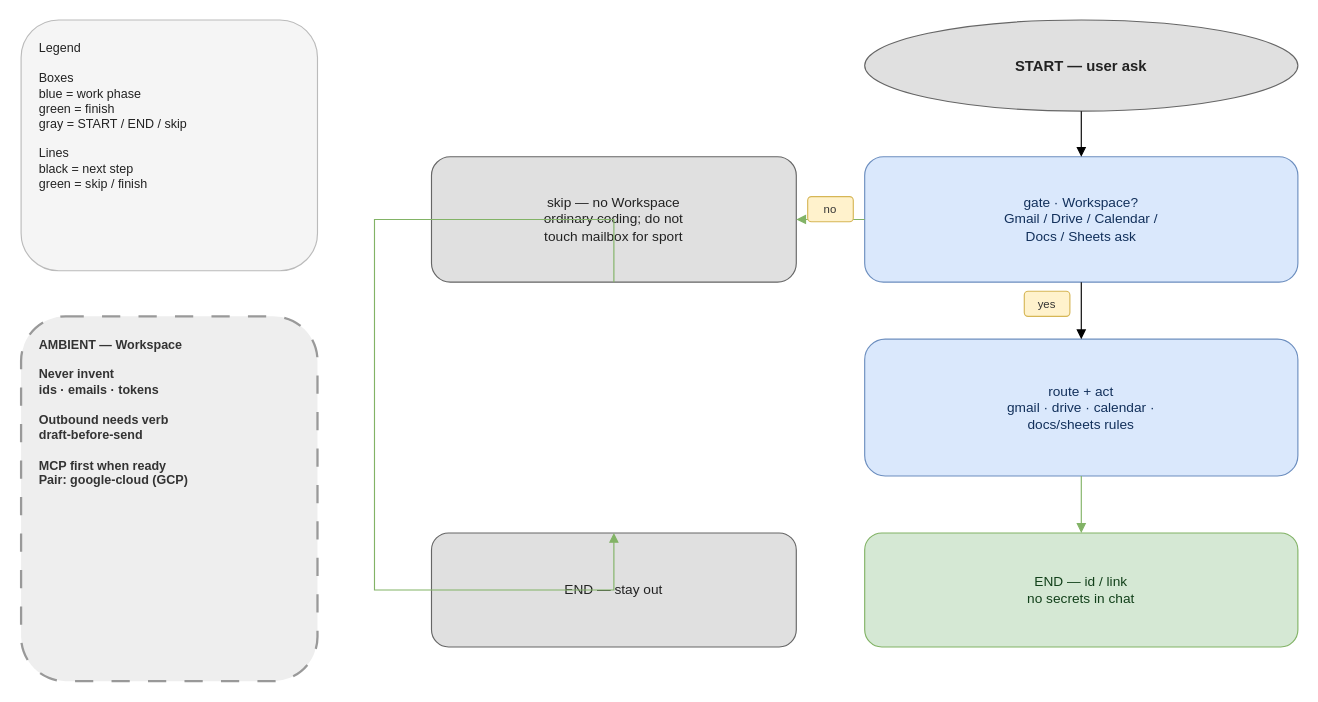
nodadyoushutup/marketplace keeps this draw.io diagram as plugins/google-workspace/docs/google-workspace-workflow.drawio. Above is the earlier version. Source tidied: cells renumbered, new cells numbered last; positions are measured from the earlier drawing's top-left corner, leaving out a move shared by most shapes. Both pictures are drawn from the tidied source at 114%, with x=0, y=0 at pixel (21, 19).
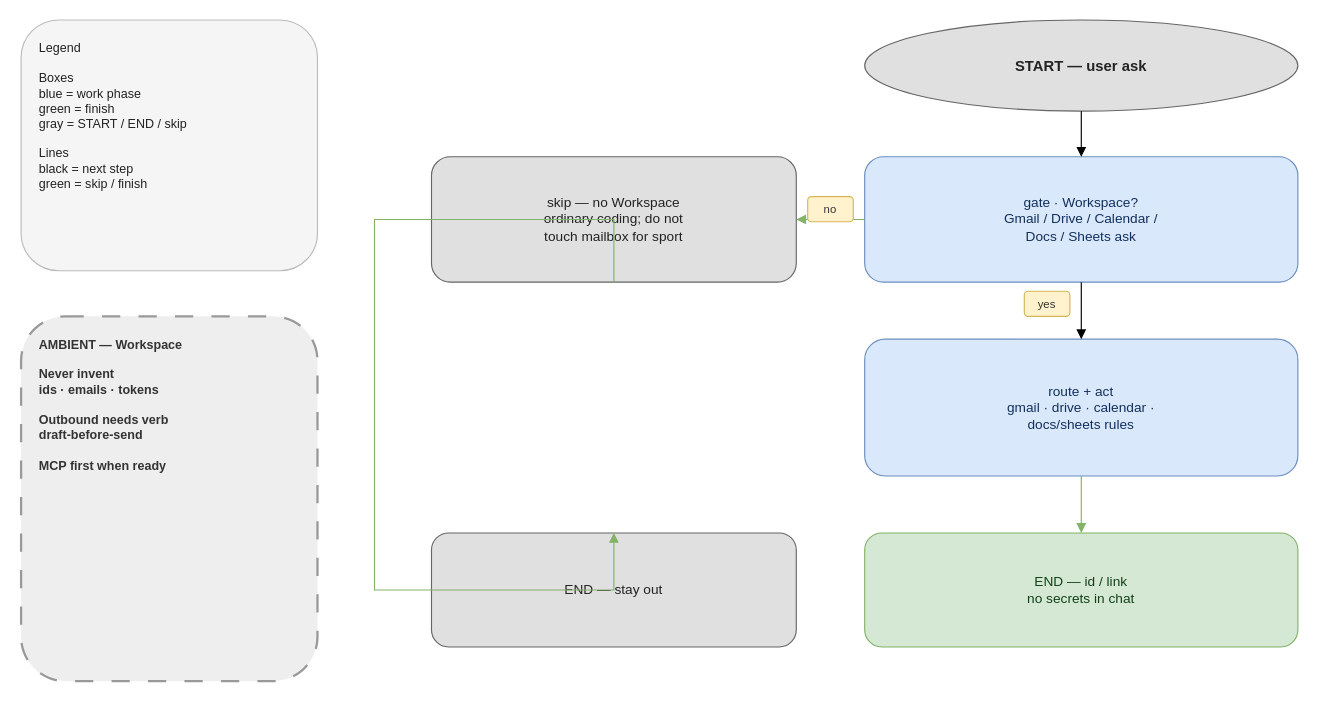
The same page after the edit.

What changed in the source:
```diff
@@
 <mxGraphModel>
   <root>
     <mxCell id="0" />
     <mxCell id="1" parent="0" />
     <mxCell id="2" value="Legend&#10;&#10;Boxes&#10;blue = work phase&#10;green = finish&#10;gray = START / END / skip&#10;&#10;Lines&#10;black = next step&#10;green = skip / finish" style="rounded=1;whiteSpace=wrap;html=1;align=left;verticalAlign=top;spacingLeft=14;spacingRight=14;spacingTop=12;spacingBottom=12;fontSize=11;fillColor=#f5f5f5;strokeColor=#bbbbbb;fontColor=#222222;" parent="1" vertex="1">
       <mxGeometry width="260" height="220" as="geometry" />
     </mxCell>
-    <mxCell id="3" value="AMBIENT — Workspace&#10;&#10;Never invent&#10;ids · emails · tokens&#10;&#10;Outbound needs verb&#10;draft-before-send&#10;&#10;MCP first when ready&#10;Pair: google-cloud (GCP)" style="rounded=1;whiteSpace=wrap;html=1;dashed=1;dashPattern=8 8;align=left;verticalAlign=top;spacingLeft=14;spacingRight=14;spacingTop=12;spacingBottom=12;fontSize=11;fontStyle=1;fillColor=#eeeeee;strokeColor=#999999;strokeWidth=2;fontColor=#333333;" parent="1" vertex="1">
+    <mxCell id="3" value="AMBIENT — Workspace&#10;&#10;Never invent&#10;ids · emails · tokens&#10;&#10;Outbound needs verb&#10;draft-before-send&#10;&#10;MCP first when ready&#10;" style="rounded=1;whiteSpace=wrap;html=1;dashed=1;dashPattern=8 8;align=left;verticalAlign=top;spacingLeft=14;spacingRight=14;spacingTop=12;spacingBottom=12;fontSize=11;fontStyle=1;fillColor=#eeeeee;strokeColor=#999999;strokeWidth=2;fontColor=#333333;" parent="1" vertex="1">
       <mxGeometry y="260" width="260" height="320" as="geometry" />
     </mxCell>
     <mxCell id="4" value="START — user ask" style="ellipse;whiteSpace=wrap;html=1;align=center;verticalAlign=middle;fontSize=13;fontStyle=1;fillColor=#e0e0e0;strokeColor=#666666;fontColor=#222222;" parent="1" vertex="1">
       <mxGeometry x="740" width="380" height="80" as="geometry" />
     </mxCell>
     <mxCell id="5" value="gate · Workspace?&#10;Gmail / Drive / Calendar /&#10;Docs / Sheets ask" style="rounded=1;whiteSpace=wrap;html=1;align=center;verticalAlign=middle;spacingLeft=12;spacingRight=12;fontSize=12;fillColor=#dae8fc;strokeColor=#6c8ebf;fontColor=#12305B;" parent="1" vertex="1">
       <mxGeometry x="740" y="120" width="380" height="110" as="geometry" />
     </mxCell>
     <mxCell id="6" value="skip — no Workspace&#10;ordinary coding; do not&#10;touch mailbox for sport" style="rounded=1;whiteSpace=wrap;html=1;align=center;verticalAlign=middle;spacingLeft=12;spacingRight=12;fontSize=12;fillColor=#e0e0e0;strokeColor=#666666;fontColor=#222222;" parent="1" vertex="1">
       <mxGeometry x="360" y="120" width="320" height="110" as="geometry" />
     </mxCell>
     <mxCell id="7" value="route + act&#10;gmail · drive · calendar ·&#10;docs/sheets rules" style="rounded=1;whiteSpace=wrap;html=1;align=center;verticalAlign=middle;spacingLeft=12;spacingRight=12;fontSize=12;fillColor=#dae8fc;strokeColor=#6c8ebf;fontColor=#12305B;" parent="1" vertex="1">
       <mxGeometry x="740" y="280" width="380" height="120" as="geometry" />
     </mxCell>
     <mxCell id="8" value="END — id / link&#10;no secrets in chat" style="rounded=1;whiteSpace=wrap;html=1;align=center;verticalAlign=middle;spacingLeft=12;spacingRight=12;fontSize=12;fillColor=#d5e8d4;strokeColor=#82b366;fontColor=#12401A;" parent="1" vertex="1">
       <mxGeometry x="740" y="450" width="380" height="100" as="geometry" />
     </mxCell>
     <mxCell id="9" value="END — stay out" style="rounded=1;whiteSpace=wrap;html=1;align=center;verticalAlign=middle;spacingLeft=12;spacingRight=12;fontSize=12;fillColor=#e0e0e0;strokeColor=#666666;fontColor=#222222;" parent="1" vertex="1">
       <mxGeometry x="360" y="450" width="320" height="100" as="geometry" />
     </mxCell>
     <mxCell id="10" style="edgeStyle=orthogonalEdgeStyle;rounded=0;html=1;endArrow=block;jumpStyle=arc;jumpSize=10;exitX=0.5;exitY=1;entryX=0.5;entryY=0;" parent="1" edge="1" source="4" target="5">
       <mxGeometry relative="1" as="geometry" />
     </mxCell>
     <mxCell id="11" style="edgeStyle=orthogonalEdgeStyle;rounded=0;html=1;endArrow=block;jumpStyle=arc;jumpSize=10;strokeColor=#82b366;exitX=0;exitY=0.5;entryX=1;entryY=0.5;" parent="1" edge="1" source="5" target="6">
       <mxGeometry relative="1" as="geometry" />
     </mxCell>
     <mxCell id="12" value="no" style="rounded=1;whiteSpace=wrap;html=1;align=center;verticalAlign=middle;fontSize=10;fillColor=#fff2cc;strokeColor=#d6b656;fontColor=#333333;" parent="1" vertex="1">
       <mxGeometry x="690" y="155" width="40" height="22" as="geometry" />
     </mxCell>
     <mxCell id="13" style="edgeStyle=orthogonalEdgeStyle;rounded=0;html=1;endArrow=block;jumpStyle=arc;jumpSize=10;exitX=0.5;exitY=1;entryX=0.5;entryY=0;" parent="1" edge="1" source="5" target="7">
       <mxGeometry relative="1" as="geometry" />
     </mxCell>
     <mxCell id="14" value="yes" style="rounded=1;whiteSpace=wrap;html=1;align=center;verticalAlign=middle;fontSize=10;fillColor=#fff2cc;strokeColor=#d6b656;fontColor=#333333;" parent="1" vertex="1">
       <mxGeometry x="880" y="238" width="40" height="22" as="geometry" />
     </mxCell>
     <mxCell id="15" style="edgeStyle=orthogonalEdgeStyle;rounded=0;html=1;endArrow=block;jumpStyle=arc;jumpSize=10;strokeColor=#82b366;exitX=0.5;exitY=1;entryX=0.5;entryY=0;" parent="1" edge="1" source="7" target="8">
       <mxGeometry relative="1" as="geometry" />
     </mxCell>
     <mxCell id="16" style="edgeStyle=orthogonalEdgeStyle;rounded=0;html=1;endArrow=block;jumpStyle=arc;jumpSize=10;strokeColor=#82b366;exitX=0.5;exitY=1;entryX=0.5;entryY=0;" parent="1" edge="1" source="6" target="9">
       <mxGeometry relative="1" as="geometry">
         <Array as="points">
           <mxPoint x="310" y="175" />
           <mxPoint x="310" y="500" />
         </Array>
       </mxGeometry>
     </mxCell>
   </root>
 </mxGraphModel>
```
